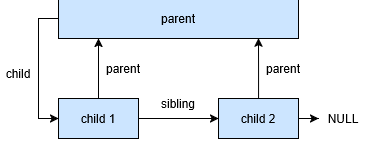
This is articles/2026/gfs_runtime/images/parent-child-sibling.drawio.png from hww/hww.github.io, a draw.io export, as it was before one commit. Source tidied: cells renumbered, new cells last; positions are measured from the earlier drawing's top-left corner, leaving out a move shared by most shapes.
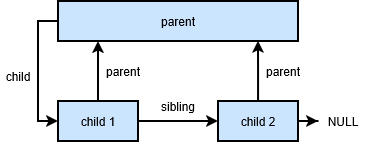
The same diagram one commit later.

Change to the diagram source:
```diff
@@ -2,30 +2,30 @@
   <root>
     <mxCell id="0" />
     <mxCell id="1" parent="0" />
-    <mxCell id="2" style="edgeStyle=orthogonalEdgeStyle;rounded=0;jettySize=auto;html=1;entryX=0;entryY=0.5;entryDx=0;entryDy=0;" parent="1" edge="1" source="3" target="5">
+    <mxCell id="2" style="edgeStyle=orthogonalEdgeStyle;rounded=0;jettySize=auto;html=1;entryX=0;entryY=0.5;entryDx=0;entryDy=0;strokeWidth=2;" parent="1" edge="1" source="3" target="5">
       <mxGeometry relative="1" as="geometry" />
     </mxCell>
-    <mxCell id="3" value="child 1" style="rounded=0;whiteSpace=wrap;html=1;fillColor=#CCE5FF;" parent="1" vertex="1">
+    <mxCell id="3" value="child 1" style="rounded=0;whiteSpace=wrap;html=1;fillColor=#CCE5FF;strokeWidth=2;" parent="1" vertex="1">
       <mxGeometry x="60" y="100" width="80" height="40" as="geometry" />
     </mxCell>
-    <mxCell id="4" style="edgeStyle=orthogonalEdgeStyle;rounded=0;jettySize=auto;html=1;entryX=0;entryY=0.5;entryDx=0;entryDy=0;" parent="1" edge="1" source="5" target="10">
+    <mxCell id="4" style="edgeStyle=orthogonalEdgeStyle;rounded=0;jettySize=auto;html=1;entryX=0;entryY=0.5;entryDx=0;entryDy=0;strokeWidth=2;" parent="1" edge="1" source="5" target="10">
       <mxGeometry relative="1" as="geometry" />
     </mxCell>
-    <mxCell id="5" value="child 2" style="rounded=0;whiteSpace=wrap;html=1;fillColor=#CCE5FF;" parent="1" vertex="1">
+    <mxCell id="5" value="child 2" style="rounded=0;whiteSpace=wrap;html=1;fillColor=#CCE5FF;strokeWidth=2;" parent="1" vertex="1">
       <mxGeometry x="220" y="100" width="80" height="40" as="geometry" />
     </mxCell>
-    <mxCell id="6" style="edgeStyle=orthogonalEdgeStyle;rounded=0;jettySize=auto;html=1;entryX=0;entryY=0.5;entryDx=0;entryDy=0;exitX=0;exitY=0.5;exitDx=0;exitDy=0;" parent="1" edge="1" source="7" target="3">
+    <mxCell id="6" style="edgeStyle=orthogonalEdgeStyle;rounded=0;jettySize=auto;html=1;entryX=0;entryY=0.5;entryDx=0;entryDy=0;exitX=0;exitY=0.5;exitDx=0;exitDy=0;strokeWidth=2;" parent="1" edge="1" source="7" target="3">
       <mxGeometry relative="1" as="geometry" />
     </mxCell>
-    <mxCell id="7" value="parent" style="rounded=0;whiteSpace=wrap;html=1;fillColor=#CCE5FF;" parent="1" vertex="1">
+    <mxCell id="7" value="parent" style="rounded=0;whiteSpace=wrap;html=1;fillColor=#CCE5FF;strokeWidth=2;" parent="1" vertex="1">
       <mxGeometry x="60" width="240" height="40" as="geometry" />
     </mxCell>
-    <mxCell id="8" style="edgeStyle=orthogonalEdgeStyle;rounded=0;jettySize=auto;html=1;" parent="1" edge="1" source="3">
+    <mxCell id="8" style="edgeStyle=orthogonalEdgeStyle;rounded=0;jettySize=auto;html=1;strokeWidth=2;" parent="1" edge="1" source="3">
       <mxGeometry relative="1" as="geometry">
         <mxPoint x="100" y="40" as="targetPoint" />
       </mxGeometry>
     </mxCell>
-    <mxCell id="9" style="edgeStyle=orthogonalEdgeStyle;rounded=0;jettySize=auto;html=1;entryX=0.833;entryY=0.992;entryDx=0;entryDy=0;entryPerimeter=0;" parent="1" edge="1" source="5" target="7">
+    <mxCell id="9" style="edgeStyle=orthogonalEdgeStyle;rounded=0;jettySize=auto;html=1;entryX=0.833;entryY=0.992;entryDx=0;entryDy=0;entryPerimeter=0;strokeWidth=2;" parent="1" edge="1" source="5" target="7">
       <mxGeometry relative="1" as="geometry" />
     </mxCell>
     <mxCell id="10" value="NULL" style="text;html=1;whiteSpace=wrap;strokeColor=none;fillColor=none;align=center;verticalAlign=middle;rounded=0;" parent="1" vertex="1">
```
